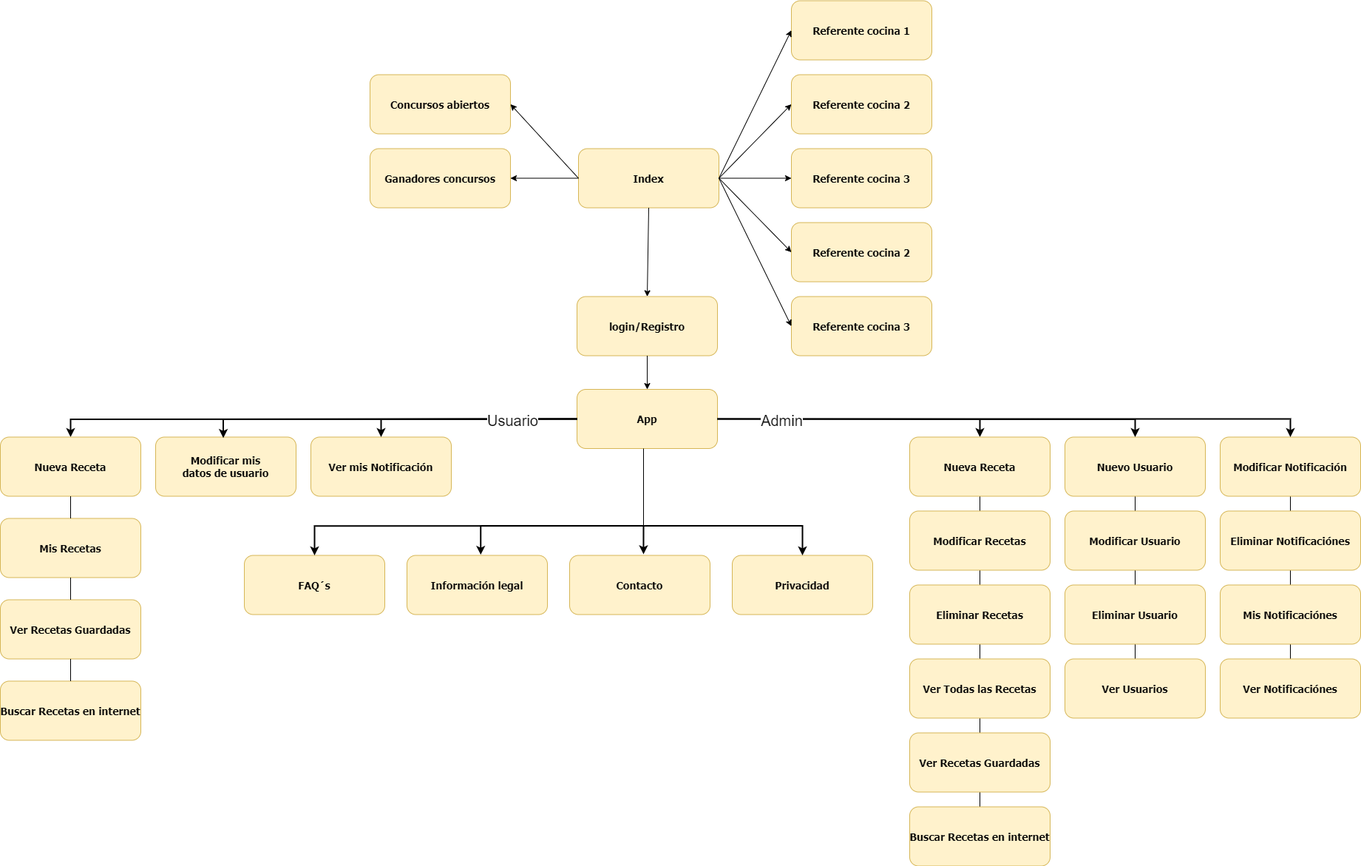
eumardev/recipedium keeps this draw.io diagram as documentacion/mapa de navegación con html.png. Above is the earlier version. Source tidied: cells renumbered, new cells last; positions are measured from the earlier drawing's top-left corner, leaving out a move shared by most shapes.
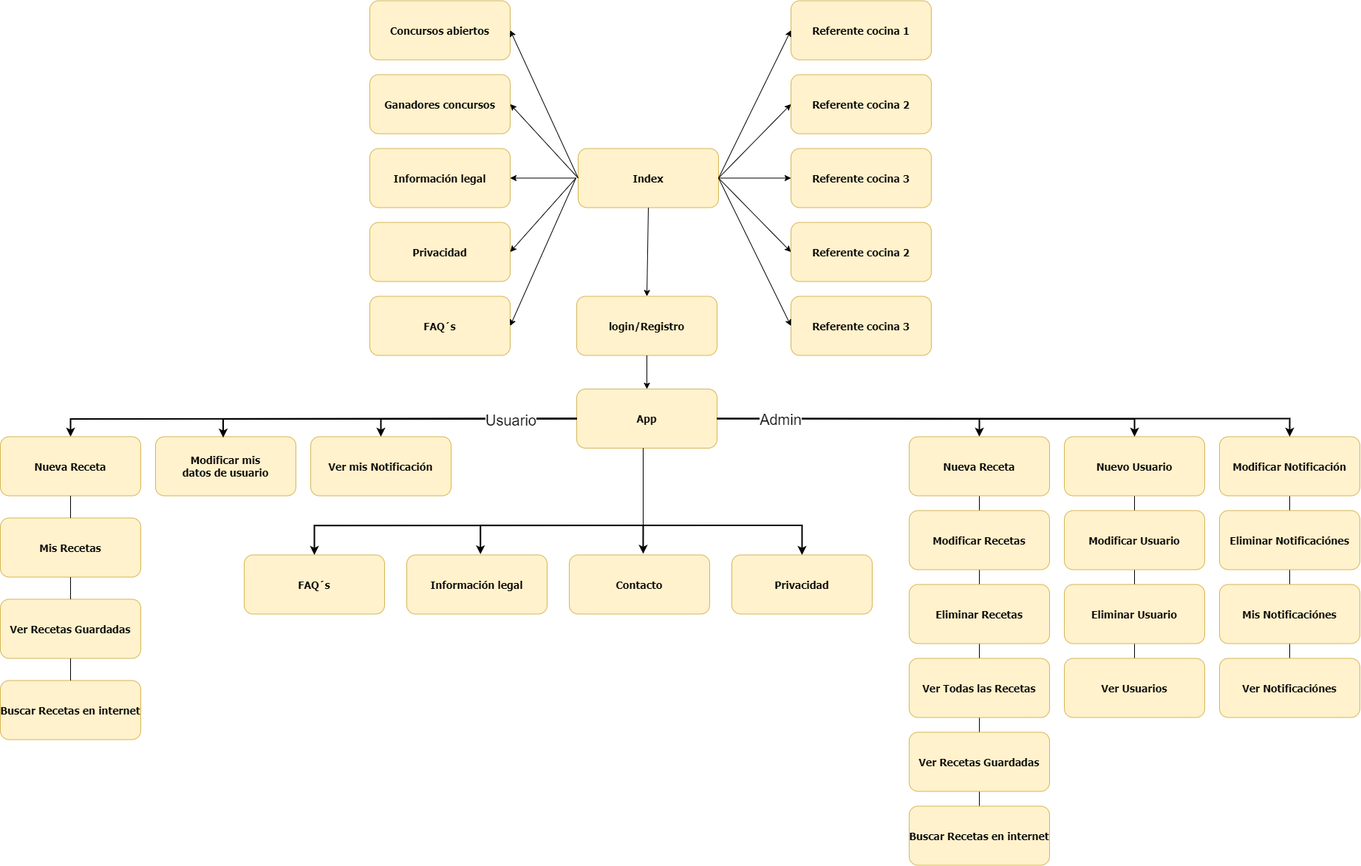
The same file after the commit.

What changed in the source:
```diff
@@ -193,13 +193,13 @@
       <mxGeometry relative="1" as="geometry" />
     </mxCell>
     <mxCell id="47" value="Ganadores concursos" style="rounded=1;fillColor=#fff2cc;strokeColor=#d6b656;fontStyle=1;fontFamily=Tahoma;fontSize=14;" parent="1" vertex="1">
-      <mxGeometry x="500" y="200" width="190" height="80" as="geometry" />
+      <mxGeometry x="500" y="100" width="190" height="80" as="geometry" />
     </mxCell>
     <mxCell id="48" style="endArrow=classic;html=1;rounded=0;entryX=1;entryY=0.5;entryDx=0;entryDy=0;exitX=0;exitY=0.5;exitDx=0;exitDy=0;" parent="1" edge="1" source="45" target="47">
       <mxGeometry relative="1" as="geometry" />
     </mxCell>
     <mxCell id="49" value="Concursos abiertos" style="rounded=1;fillColor=#fff2cc;strokeColor=#d6b656;fontStyle=1;fontFamily=Tahoma;fontSize=14;" parent="1" vertex="1">
-      <mxGeometry x="500" y="100" width="190" height="80" as="geometry" />
+      <mxGeometry x="500" width="190" height="80" as="geometry" />
     </mxCell>
     <mxCell id="50" value="Referente cocina 2" style="rounded=1;fillColor=#fff2cc;strokeColor=#d6b656;fontStyle=1;fontFamily=Tahoma;fontSize=14;" parent="1" vertex="1">
       <mxGeometry x="1070" y="100" width="190" height="80" as="geometry" />
@@ -243,5 +243,29 @@
     <mxCell id="63" style="endArrow=none;html=1;rounded=0;entryX=0.5;entryY=1;entryDx=0;entryDy=0;exitX=0.5;exitY=0;exitDx=0;exitDy=0;" parent="1" edge="1" source="18" target="17">
       <mxGeometry relative="1" as="geometry" />
     </mxCell>
+    <mxCell id="64" value="Información legal" style="rounded=1;fillColor=#fff2cc;strokeColor=#d6b656;fontStyle=1;fontFamily=Tahoma;fontSize=14;" parent="1" vertex="1">
+      <mxGeometry x="500" y="200" width="190" height="80" as="geometry" />
+    </mxCell>
+    <mxCell id="65" value="Privacidad" style="rounded=1;fillColor=#fff2cc;strokeColor=#d6b656;fontStyle=1;fontFamily=Tahoma;fontSize=14;" parent="1" vertex="1">
+      <mxGeometry x="500" y="300" width="190" height="80" as="geometry" />
+    </mxCell>
+    <mxCell id="66" value="FAQ´s" style="rounded=1;fillColor=#fff2cc;strokeColor=#d6b656;fontStyle=1;fontFamily=Tahoma;fontSize=14;" parent="1" vertex="1">
+      <mxGeometry x="500" y="400" width="190" height="80" as="geometry" />
+    </mxCell>
+    <mxCell id="67" style="endArrow=classic;html=1;rounded=0;entryX=1;entryY=0.5;entryDx=0;entryDy=0;exitX=1;exitY=0.5;exitDx=0;exitDy=0;" parent="1" edge="1" target="64">
+      <mxGeometry relative="1" as="geometry">
+        <mxPoint x="779" y="240" as="sourcePoint" />
+      </mxGeometry>
+    </mxCell>
+    <mxCell id="68" style="endArrow=classic;html=1;rounded=0;entryX=1;entryY=0.5;entryDx=0;entryDy=0;exitX=1;exitY=0.5;exitDx=0;exitDy=0;" parent="1" edge="1" target="65">
+      <mxGeometry relative="1" as="geometry">
+        <mxPoint x="779" y="240" as="sourcePoint" />
+      </mxGeometry>
+    </mxCell>
+    <mxCell id="69" style="endArrow=classic;html=1;rounded=0;entryX=1;entryY=0.5;entryDx=0;entryDy=0;exitX=1;exitY=0.5;exitDx=0;exitDy=0;" parent="1" edge="1" target="66">
+      <mxGeometry relative="1" as="geometry">
+        <mxPoint x="779" y="240" as="sourcePoint" />
+      </mxGeometry>
+    </mxCell>
   </root>
 </mxGraphModel>
```
